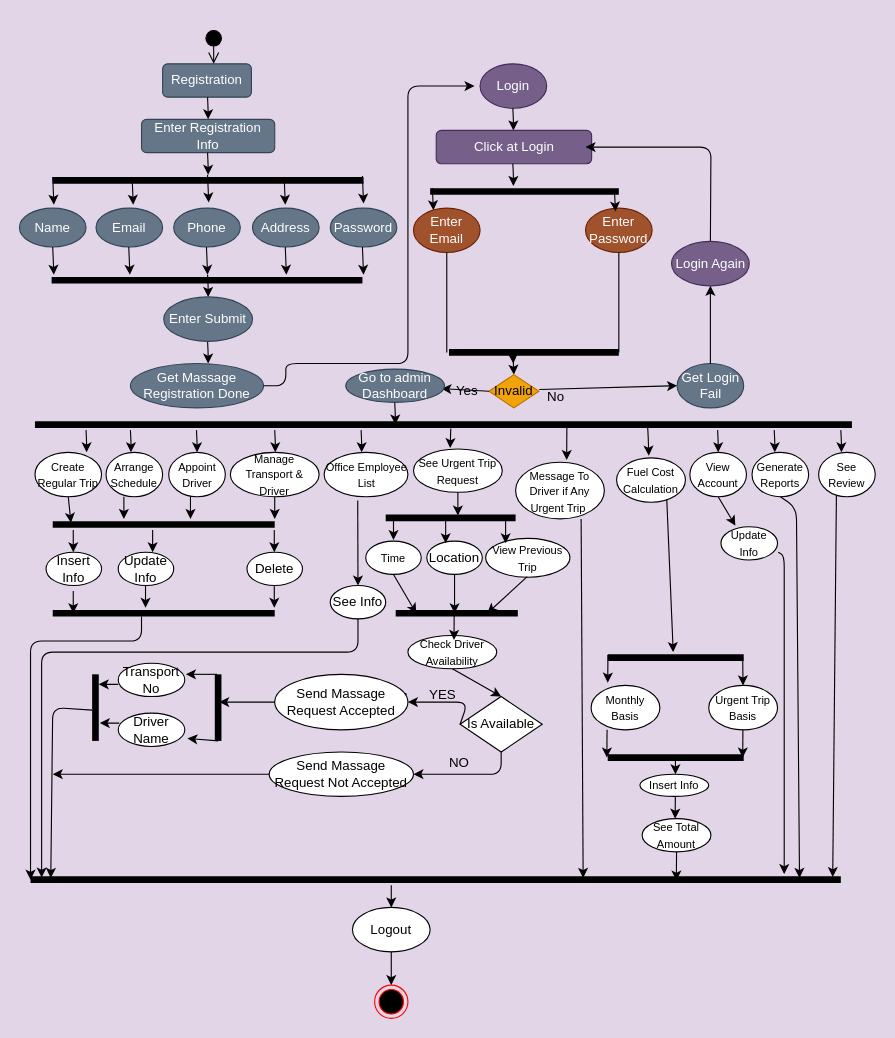
SHIMAISRAFIL/Transport-Schedule keeps this draw.io diagram as database/Activity Diagram Admin.drawio. Above is the earlier version. Source tidied: cells renumbered, new cells numbered last; positions are measured from the earlier drawing's top-left corner, leaving out a move shared by most shapes. Both pictures are drawn from the tidied source at 111%, with x=0, y=0 at pixel (19, 29).
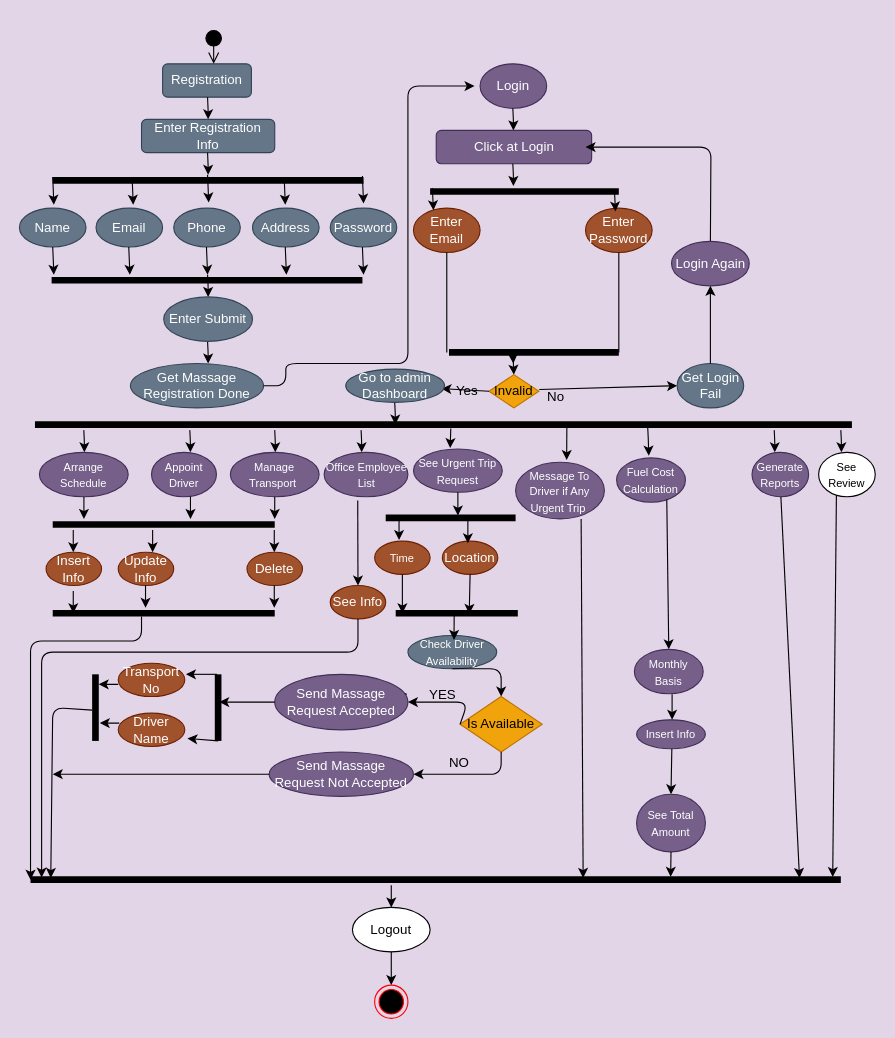
The same diagram, later.

The change refers to these unchanged cells:
```xml
<mxCell id="2" style="shape=line;html=1;strokeWidth=6;" parent="1" vertex="1">
  <mxGeometry x="330" y="435" width="117" height="10" as="geometry" />
</mxCell>
<mxCell id="25" style="shape=line;html=1;strokeWidth=6;" parent="1" vertex="1">
  <mxGeometry x="30" y="441" width="200" height="10" as="geometry" />
</mxCell>
<mxCell id="84" style="shape=line;html=1;strokeWidth=6;" parent="1" vertex="1">
  <mxGeometry x="339" y="521" width="110" height="10" as="geometry" />
</mxCell>
<mxCell id="92" style="shape=line;html=1;strokeWidth=6;" parent="1" vertex="1">
  <mxGeometry x="10" y="761" width="730" height="10" as="geometry" />
</mxCell>
```

What changed in the source:
```diff
@@
     <mxCell id="4" style="endArrow=classic;html=1;" parent="1" edge="1">
-      <mxGeometry x="-334.5" y="220" as="geometry">
-        <mxPoint x="100" y="361" as="sourcePoint" />
-        <mxPoint x="100.5" y="381" as="targetPoint" />
+      <mxGeometry x="-376.5" y="220" as="geometry">
+        <mxPoint x="58" y="361" as="sourcePoint" />
+        <mxPoint x="58.5" y="381" as="targetPoint" />
         <Array as="points">
-          <mxPoint x="100.5" y="371" />
+          <mxPoint x="58.5" y="371" />
         </Array>
       </mxGeometry>
     </mxCell>
     <mxCell id="5" style="endArrow=classic;html=1;" parent="1" edge="1">
-      <mxGeometry x="-275" y="220" as="geometry">
-        <mxPoint x="159.5" y="361" as="sourcePoint" />
-        <mxPoint x="160" y="381" as="targetPoint" />
+      <mxGeometry x="-281" y="220" as="geometry">
+        <mxPoint x="153.5" y="361" as="sourcePoint" />
+        <mxPoint x="154" y="381" as="targetPoint" />
         <Array as="points">
-          <mxPoint x="160" y="371" />
+          <mxPoint x="154" y="371" />
         </Array>
       </mxGeometry>
     </mxCell>
@@
-    <mxCell id="10" style="endArrow=classic;html=1;" parent="1" edge="1">
-      <mxGeometry x="194.5" y="220" as="geometry">
-        <mxPoint x="629" y="361" as="sourcePoint" />
-        <mxPoint x="629.5" y="381" as="targetPoint" />
-        <Array as="points">
-          <mxPoint x="629.5" y="371" />
-        </Array>
-      </mxGeometry>
-    </mxCell>
@@
-    <mxCell id="13" value="&lt;font style=&quot;font-size: 10px&quot;&gt;Create Regular Trip&lt;/font&gt;" style="ellipse;whiteSpace=wrap;html=1;strokeColor=#000000;" parent="1" vertex="1">
-      <mxGeometry x="14" y="381" width="60" height="40" as="geometry" />
-    </mxCell>
-    <mxCell id="14" value="&lt;font style=&quot;font-size: 10px&quot;&gt;Arrange Schedule&lt;/font&gt;" style="ellipse;whiteSpace=wrap;html=1;strokeColor=#000000;" parent="1" vertex="1">
-      <mxGeometry x="78" y="381" width="51" height="40" as="geometry" />
+    <mxCell id="14" value="&lt;font style=&quot;font-size: 10px&quot;&gt;Arrange Schedule&lt;/font&gt;" style="ellipse;whiteSpace=wrap;html=1;strokeColor=#432D57;direction=west;fillColor=#76608a;fontColor=#ffffff;" parent="1" vertex="1">
+      <mxGeometry x="18" y="381" width="80" height="40" as="geometry" />
     </mxCell>
-    <mxCell id="15" value="&lt;font style=&quot;font-size: 10px&quot;&gt;Appoint Driver&lt;/font&gt;" style="ellipse;whiteSpace=wrap;html=1;strokeColor=#000000;" parent="1" vertex="1">
-      <mxGeometry x="134.5" y="381" width="51" height="40" as="geometry" />
+    <mxCell id="15" value="&lt;font style=&quot;font-size: 10px&quot;&gt;Appoint Driver&lt;/font&gt;" style="ellipse;whiteSpace=wrap;html=1;strokeColor=#432D57;fillColor=#76608a;fontColor=#ffffff;" parent="1" vertex="1">
+      <mxGeometry x="119" y="381" width="58.5" height="40" as="geometry" />
     </mxCell>
-    <mxCell id="16" value="&lt;font style=&quot;font-size: 10px&quot;&gt;Manage Transport &amp;amp; Driver&lt;/font&gt;" style="ellipse;whiteSpace=wrap;html=1;strokeColor=#000000;" parent="1" vertex="1">
+    <mxCell id="16" value="&lt;font style=&quot;font-size: 10px&quot;&gt;Manage Transport&amp;nbsp;&lt;/font&gt;" style="ellipse;whiteSpace=wrap;html=1;strokeColor=#432D57;fillColor=#76608a;fontColor=#ffffff;" parent="1" vertex="1">
       <mxGeometry x="190" y="381" width="80" height="40" as="geometry" />
     </mxCell>
-    <mxCell id="17" value="&lt;font style=&quot;font-size: 10px&quot;&gt;Office Employee List&lt;/font&gt;" style="ellipse;whiteSpace=wrap;html=1;strokeColor=#000000;" parent="1" vertex="1">
+    <mxCell id="17" value="&lt;font style=&quot;font-size: 10px&quot;&gt;Office Employee List&lt;/font&gt;" style="ellipse;whiteSpace=wrap;html=1;strokeColor=#432D57;fillColor=#76608a;fontColor=#ffffff;" parent="1" vertex="1">
       <mxGeometry x="274.5" y="381" width="75.5" height="40" as="geometry" />
     </mxCell>
-    <mxCell id="18" value="&lt;font style=&quot;font-size: 10px&quot;&gt;See Urgent Trip Request&lt;/font&gt;" style="ellipse;whiteSpace=wrap;html=1;strokeColor=#000000;" parent="1" vertex="1">
+    <mxCell id="18" value="&lt;font style=&quot;font-size: 10px&quot;&gt;See Urgent Trip Request&lt;/font&gt;" style="ellipse;whiteSpace=wrap;html=1;strokeColor=#432D57;fillColor=#76608a;fontColor=#ffffff;" parent="1" vertex="1">
       <mxGeometry x="355" y="378" width="80" height="39" as="geometry" />
     </mxCell>
-    <mxCell id="19" value="&lt;font style=&quot;font-size: 10px&quot;&gt;Fuel Cost Calculation&lt;/font&gt;" style="ellipse;whiteSpace=wrap;html=1;strokeColor=#000000;" parent="1" vertex="1">
+    <mxCell id="19" value="&lt;font style=&quot;font-size: 10px&quot;&gt;Fuel Cost Calculation&lt;/font&gt;" style="ellipse;whiteSpace=wrap;html=1;strokeColor=#432D57;fillColor=#76608a;fontColor=#ffffff;" parent="1" vertex="1">
       <mxGeometry x="538" y="386" width="62" height="40" as="geometry" />
     </mxCell>
-    <mxCell id="20" value="&lt;font style=&quot;font-size: 10px&quot;&gt;View Account&lt;/font&gt;" style="ellipse;whiteSpace=wrap;html=1;strokeColor=#000000;" parent="1" vertex="1">
-      <mxGeometry x="604" y="381" width="51" height="40" as="geometry" />
-    </mxCell>
-    <mxCell id="21" value="&lt;font style=&quot;font-size: 10px&quot;&gt;Generate Reports&lt;/font&gt;" style="ellipse;whiteSpace=wrap;html=1;strokeColor=#000000;" parent="1" vertex="1">
+    <mxCell id="21" value="&lt;font style=&quot;font-size: 10px&quot;&gt;Generate Reports&lt;/font&gt;" style="ellipse;whiteSpace=wrap;html=1;strokeColor=#432D57;fillColor=#76608a;fontColor=#ffffff;" parent="1" vertex="1">
       <mxGeometry x="660" y="381" width="51" height="40" as="geometry" />
     </mxCell>
@@
-    <mxCell id="24" style="endArrow=classic;html=1;strokeColor=#000000;exitX=0.5;exitY=1;exitDx=0;exitDy=0;entryX=0.082;entryY=0.34;entryDx=0;entryDy=0;entryPerimeter=0;" parent="1" edge="1" source="13" target="25">
-      <mxGeometry relative="1" as="geometry" />
-    </mxCell>
@@
     <mxCell id="26" style="endArrow=classic;html=1;strokeColor=#000000;exitX=0.5;exitY=1;exitDx=0;exitDy=0;" parent="1" edge="1">
       <mxGeometry relative="1" as="geometry">
-        <mxPoint x="94.1" y="421" as="sourcePoint" />
-        <mxPoint x="94.1" y="441" as="targetPoint" />
+        <mxPoint x="58.1" y="421" as="sourcePoint" />
+        <mxPoint x="58.1" y="441" as="targetPoint" />
       </mxGeometry>
     </mxCell>
@@
-    <mxCell id="30" value="Insert Info" style="ellipse;whiteSpace=wrap;html=1;strokeColor=#000000;" parent="1" vertex="1">
+    <mxCell id="30" value="Insert Info" style="ellipse;whiteSpace=wrap;html=1;strokeColor=#6D1F00;fillColor=#a0522d;fontColor=#ffffff;" parent="1" vertex="1">
       <mxGeometry x="24" y="471" width="50" height="30" as="geometry" />
     </mxCell>
@@
-    <mxCell id="33" value="Update Info" style="ellipse;whiteSpace=wrap;html=1;strokeColor=#000000;" parent="1" vertex="1">
+    <mxCell id="33" value="Update Info" style="ellipse;whiteSpace=wrap;html=1;strokeColor=#6D1F00;fillColor=#a0522d;fontColor=#ffffff;" parent="1" vertex="1">
       <mxGeometry x="89" y="471" width="50" height="30" as="geometry" />
     </mxCell>
-    <mxCell id="34" value="Delete" style="ellipse;whiteSpace=wrap;html=1;strokeColor=#000000;" parent="1" vertex="1">
+    <mxCell id="34" value="Delete" style="ellipse;whiteSpace=wrap;html=1;strokeColor=#6D1F00;fillColor=#a0522d;fontColor=#ffffff;" parent="1" vertex="1">
       <mxGeometry x="205" y="471" width="50" height="30" as="geometry" />
     </mxCell>
@@
-    <mxCell id="41" value="See Info" style="ellipse;whiteSpace=wrap;html=1;strokeColor=#000000;" parent="1" vertex="1">
+    <mxCell id="41" value="See Info" style="ellipse;whiteSpace=wrap;html=1;strokeColor=#6D1F00;fillColor=#a0522d;fontColor=#ffffff;" parent="1" vertex="1">
       <mxGeometry x="280" y="501" width="50" height="30" as="geometry" />
     </mxCell>
@@
-    <mxCell id="43" value="&lt;font style=&quot;font-size: 10px&quot;&gt;Time&lt;/font&gt;" style="ellipse;whiteSpace=wrap;html=1;strokeColor=#000000;" parent="1" vertex="1">
-      <mxGeometry x="312" y="461" width="50" height="30" as="geometry" />
+    <mxCell id="43" value="&lt;font style=&quot;font-size: 10px&quot;&gt;Time&lt;/font&gt;" style="ellipse;whiteSpace=wrap;html=1;strokeColor=#6D1F00;fillColor=#a0522d;fontColor=#ffffff;" parent="1" vertex="1">
+      <mxGeometry x="320" y="461" width="50" height="30" as="geometry" />
     </mxCell>
-    <mxCell id="44" value="&lt;font style=&quot;font-size: 10px&quot;&gt;View Previous Trip&lt;/font&gt;" style="ellipse;whiteSpace=wrap;html=1;strokeColor=#000000;" parent="1" vertex="1">
-      <mxGeometry x="420" y="458.5" width="76" height="35" as="geometry" />
-    </mxCell>
-    <mxCell id="45" value="&lt;font style=&quot;font-size: 10px&quot;&gt;Check Driver Availability&lt;/font&gt;" style="ellipse;whiteSpace=wrap;html=1;strokeColor=#000000;" parent="1" vertex="1">
+    <mxCell id="45" value="&lt;font style=&quot;font-size: 10px&quot;&gt;Check Driver Availability&lt;/font&gt;" style="ellipse;whiteSpace=wrap;html=1;strokeColor=#314354;fillColor=#647687;fontColor=#ffffff;" parent="1" vertex="1">
       <mxGeometry x="350" y="546" width="80" height="30" as="geometry" />
     </mxCell>
     <mxCell id="46" style="endArrow=classic;html=1;strokeColor=#000000;exitX=0.5;exitY=1;exitDx=0;exitDy=0;entryX=0.5;entryY=0;entryDx=0;entryDy=0;" parent="1" edge="1" source="45" target="47">
-      <mxGeometry relative="1" as="geometry" />
+      <mxGeometry relative="1" as="geometry">
+        <Array as="points">
+          <mxPoint x="434" y="576" />
+        </Array>
+      </mxGeometry>
     </mxCell>
-    <mxCell id="47" value="Is Available" style="rhombus;whiteSpace=wrap;html=1;strokeColor=#000000;" parent="1" vertex="1">
+    <mxCell id="47" value="Is Available" style="rhombus;whiteSpace=wrap;html=1;strokeColor=#BD7000;fillColor=#f0a30a;fontColor=#000000;" parent="1" vertex="1">
       <mxGeometry x="397" y="601" width="74" height="50" as="geometry" />
     </mxCell>
@@
-    <mxCell id="52" value="Send Massage Request Accepted" style="ellipse;whiteSpace=wrap;html=1;strokeColor=#000000;" parent="1" vertex="1">
+    <mxCell id="52" value="Send Massage Request Accepted" style="ellipse;whiteSpace=wrap;html=1;strokeColor=#432D57;fillColor=#76608a;fontColor=#ffffff;" parent="1" vertex="1">
       <mxGeometry x="230" y="581" width="120" height="50" as="geometry" />
     </mxCell>
-    <mxCell id="53" value="Send Massage Request Not Accepted" style="ellipse;whiteSpace=wrap;html=1;strokeColor=#000000;" parent="1" vertex="1">
+    <mxCell id="53" value="Send Massage Request Not Accepted" style="ellipse;whiteSpace=wrap;html=1;strokeColor=#432D57;fillColor=#76608a;fontColor=#ffffff;" parent="1" vertex="1">
       <mxGeometry x="225" y="651" width="130" height="40" as="geometry" />
     </mxCell>
-    <mxCell id="54" value="Transport No" style="ellipse;whiteSpace=wrap;html=1;strokeColor=#000000;" parent="1" vertex="1">
+    <mxCell id="54" value="Transport No" style="ellipse;whiteSpace=wrap;html=1;strokeColor=#6D1F00;fillColor=#a0522d;fontColor=#ffffff;" parent="1" vertex="1">
       <mxGeometry x="89" y="571" width="60" height="30" as="geometry" />
     </mxCell>
-    <mxCell id="55" value="Driver Name" style="ellipse;whiteSpace=wrap;html=1;strokeColor=#000000;" parent="1" vertex="1">
+    <mxCell id="55" value="Driver Name" style="ellipse;whiteSpace=wrap;html=1;strokeColor=#6D1F00;fillColor=#a0522d;fontColor=#ffffff;" parent="1" vertex="1">
       <mxGeometry x="89" y="616" width="60" height="30" as="geometry" />
     </mxCell>
@@
-    <mxCell id="59" style="endArrow=classic;html=1;strokeColor=#000000;exitX=0.5;exitY=1;exitDx=0;exitDy=0;" parent="1" edge="1" source="20">
-      <mxGeometry relative="1" as="geometry">
-        <mxPoint x="645" y="447" as="targetPoint" />
-      </mxGeometry>
-    </mxCell>
-    <mxCell id="60" value="&lt;font style=&quot;font-size: 10px&quot;&gt;Update Info&lt;/font&gt;" style="ellipse;whiteSpace=wrap;html=1;strokeColor=#000000;" parent="1" vertex="1">
-      <mxGeometry x="632" y="448" width="51" height="30" as="geometry" />
-    </mxCell>
-    <mxCell id="61" style="endArrow=classic;html=1;strokeColor=#000000;exitX=0.729;exitY=0.94;exitDx=0;exitDy=0;exitPerimeter=0;" parent="1" edge="1" source="19">
-      <mxGeometry relative="1" as="geometry">
-        <mxPoint x="589" y="561" as="targetPoint" />
-      </mxGeometry>
+    <mxCell id="61" style="endArrow=classic;html=1;strokeColor=#000000;exitX=0.729;exitY=0.94;exitDx=0;exitDy=0;exitPerimeter=0;entryX=0.5;entryY=0;entryDx=0;entryDy=0;" parent="1" edge="1" source="19" target="65">
+      <mxGeometry relative="1" as="geometry" />
     </mxCell>
-    <mxCell id="62" style="shape=line;html=1;strokeWidth=6;" parent="1" vertex="1">
-      <mxGeometry x="530" y="561" width="122.5" height="10" as="geometry" />
-    </mxCell>
-    <mxCell id="63" style="endArrow=classic;html=1;strokeColor=#000000;" parent="1" edge="1">
-      <mxGeometry relative="1" as="geometry">
-        <mxPoint x="530.2" y="563.5" as="sourcePoint" />
-        <mxPoint x="530" y="588.5" as="targetPoint" />
-      </mxGeometry>
-    </mxCell>
-    <mxCell id="64" style="endArrow=classic;html=1;strokeColor=#000000;" parent="1" edge="1">
-      <mxGeometry relative="1" as="geometry">
-        <mxPoint x="651.6" y="566" as="sourcePoint" />
-        <mxPoint x="651.9" y="591" as="targetPoint" />
-      </mxGeometry>
-    </mxCell>
-    <mxCell id="65" value="&lt;font style=&quot;font-size: 10px&quot;&gt;Monthly Basis&lt;/font&gt;" style="ellipse;whiteSpace=wrap;html=1;strokeColor=#000000;" parent="1" vertex="1">
-      <mxGeometry x="515" y="591" width="62" height="40" as="geometry" />
+    <mxCell id="65" value="&lt;font style=&quot;font-size: 10px&quot;&gt;Monthly Basis&lt;/font&gt;" style="ellipse;whiteSpace=wrap;html=1;strokeColor=#432D57;fillColor=#76608a;fontColor=#ffffff;" parent="1" vertex="1">
+      <mxGeometry x="554" y="558.5" width="62" height="40" as="geometry" />
     </mxCell>
-    <mxCell id="66" value="&lt;font style=&quot;font-size: 10px&quot;&gt;Urgent Trip Basis&lt;/font&gt;" style="ellipse;whiteSpace=wrap;html=1;strokeColor=#000000;" parent="1" vertex="1">
-      <mxGeometry x="621" y="591" width="62" height="40" as="geometry" />
-    </mxCell>
-    <mxCell id="67" style="endArrow=classic;html=1;strokeColor=#000000;" parent="1" edge="1">
-      <mxGeometry relative="1" as="geometry">
-        <mxPoint x="529.4" y="631" as="sourcePoint" />
-        <mxPoint x="529.2" y="656" as="targetPoint" />
-      </mxGeometry>
-    </mxCell>
-    <mxCell id="68" style="endArrow=classic;html=1;strokeColor=#000000;" parent="1" edge="1">
-      <mxGeometry relative="1" as="geometry">
-        <mxPoint x="651.8" y="631" as="sourcePoint" />
-        <mxPoint x="651.6" y="656" as="targetPoint" />
-      </mxGeometry>
-    </mxCell>
-    <mxCell id="69" style="shape=line;html=1;strokeWidth=6;" parent="1" vertex="1">
-      <mxGeometry x="530" y="651" width="122.5" height="10" as="geometry" />
-    </mxCell>
-    <mxCell id="70" style="endArrow=classic;html=1;strokeColor=#000000;" parent="1" edge="1">
+    <mxCell id="70" style="endArrow=classic;html=1;strokeColor=#000000;exitX=0.5;exitY=1;exitDx=0;exitDy=0;entryX=0.5;entryY=0;entryDx=0;entryDy=0;" parent="1" edge="1" target="73">
       <mxGeometry relative="1" as="geometry">
-        <mxPoint x="591" y="654" as="sourcePoint" />
-        <mxPoint x="591" y="671" as="targetPoint" />
+        <mxPoint x="588" y="635" as="sourcePoint" />
       </mxGeometry>
     </mxCell>
-    <mxCell id="71" value="&lt;font style=&quot;font-size: 10px&quot;&gt;Insert Info&lt;/font&gt;" style="ellipse;whiteSpace=wrap;html=1;strokeColor=#000000;" parent="1" vertex="1">
-      <mxGeometry x="559" y="671" width="62" height="20" as="geometry" />
-    </mxCell>
-    <mxCell id="72" style="endArrow=classic;html=1;strokeColor=#000000;" parent="1" edge="1">
-      <mxGeometry relative="1" as="geometry">
-        <mxPoint x="590.9" y="691" as="sourcePoint" />
-        <mxPoint x="590.8" y="711" as="targetPoint" />
-      </mxGeometry>
-    </mxCell>
-    <mxCell id="73" value="&lt;font style=&quot;font-size: 10px&quot;&gt;See Total Amount&lt;/font&gt;" style="ellipse;whiteSpace=wrap;html=1;strokeColor=#000000;" parent="1" vertex="1">
-      <mxGeometry x="561" y="711" width="62" height="30" as="geometry" />
+    <mxCell id="73" value="&lt;font style=&quot;font-size: 10px&quot;&gt;See Total Amount&lt;/font&gt;" style="ellipse;whiteSpace=wrap;html=1;strokeColor=#432D57;fillColor=#76608a;fontColor=#ffffff;" parent="1" vertex="1">
+      <mxGeometry x="556" y="689" width="62" height="52" as="geometry" />
     </mxCell>
-    <mxCell id="74" style="endArrow=classic;html=1;strokeColor=#000000;exitX=0.5;exitY=1;exitDx=0;exitDy=0;entryX=0.797;entryY=0.58;entryDx=0;entryDy=0;entryPerimeter=0;" parent="1" edge="1" source="73" target="92">
+    <mxCell id="74" style="endArrow=classic;html=1;strokeColor=#000000;entryX=0.79;entryY=0.24;entryDx=0;entryDy=0;entryPerimeter=0;" parent="1" edge="1" source="73" target="92">
       <mxGeometry relative="1" as="geometry" />
     </mxCell>
-    <mxCell id="75" style="endArrow=classic;html=1;strokeColor=#000000;exitX=1.012;exitY=0.767;exitDx=0;exitDy=0;exitPerimeter=0;" parent="1" edge="1" source="60">
-      <mxGeometry relative="1" as="geometry">
-        <mxPoint x="689" y="761" as="targetPoint" />
-        <Array as="points">
-          <mxPoint x="689" y="474" />
-        </Array>
-      </mxGeometry>
-    </mxCell>
-    <mxCell id="76" style="endArrow=classic;html=1;strokeColor=#000000;exitX=0.5;exitY=1;exitDx=0;exitDy=0;entryX=0.949;entryY=0.34;entryDx=0;entryDy=0;entryPerimeter=0;" parent="1" edge="1" source="21" target="92">
+    <mxCell id="76" style="endArrow=classic;html=1;strokeColor=#000000;entryX=0.949;entryY=0.34;entryDx=0;entryDy=0;entryPerimeter=0;" parent="1" edge="1" target="92">
       <mxGeometry relative="1" as="geometry">
-        <Array as="points">
-          <mxPoint x="700" y="431" />
-        </Array>
+        <mxPoint x="686" y="421" as="sourcePoint" />
       </mxGeometry>
     </mxCell>
@@
-    <mxCell id="79" value="Location" style="ellipse;whiteSpace=wrap;html=1;strokeColor=#000000;" parent="1" vertex="1">
-      <mxGeometry x="367" y="461" width="50" height="30" as="geometry" />
+    <mxCell id="79" value="Location" style="ellipse;whiteSpace=wrap;html=1;strokeColor=#6D1F00;fillColor=#a0522d;fontColor=#ffffff;" parent="1" vertex="1">
+      <mxGeometry x="381" y="461" width="50" height="30" as="geometry" />
     </mxCell>
-    <mxCell id="80" style="endArrow=classic;html=1;strokeColor=#000000;exitX=0.06;exitY=0.42;exitDx=0;exitDy=0;exitPerimeter=0;" parent="1" edge="1" source="2">
+    <mxCell id="80" style="endArrow=classic;html=1;strokeColor=#000000;exitX=0.06;exitY=0.42;exitDx=0;exitDy=0;exitPerimeter=0;" parent="1" edge="1">
       <mxGeometry relative="1" as="geometry">
-        <mxPoint x="337" y="460" as="targetPoint" />
+        <mxPoint x="342" y="439.2" as="sourcePoint" />
+        <mxPoint x="342" y="460" as="targetPoint" />
       </mxGeometry>
     </mxCell>
-    <mxCell id="81" style="endArrow=classic;html=1;strokeColor=#000000;entryX=0.75;entryY=0.5;entryDx=0;entryDy=0;entryPerimeter=0;" parent="1" edge="1" target="84">
-      <mxGeometry relative="1" as="geometry">
-        <mxPoint x="457.5" y="493" as="sourcePoint" />
-      </mxGeometry>
-    </mxCell>
-    <mxCell id="82" style="endArrow=classic;html=1;strokeColor=#000000;exitX=0.5;exitY=1;exitDx=0;exitDy=0;" parent="1" edge="1" source="79">
-      <mxGeometry relative="1" as="geometry">
-        <mxPoint x="392" y="526" as="targetPoint" />
-      </mxGeometry>
+    <mxCell id="82" style="endArrow=classic;html=1;strokeColor=#000000;exitX=0.5;exitY=1;exitDx=0;exitDy=0;entryX=0.602;entryY=0.56;entryDx=0;entryDy=0;entryPerimeter=0;" parent="1" edge="1" source="79" target="84">
+      <mxGeometry relative="1" as="geometry" />
     </mxCell>
     <mxCell id="83" style="endArrow=classic;html=1;strokeColor=#000000;exitX=0.5;exitY=1;exitDx=0;exitDy=0;" parent="1" edge="1" source="43">
       <mxGeometry relative="1" as="geometry">
-        <mxPoint x="357.5" y="526" as="targetPoint" />
+        <mxPoint x="345" y="526" as="targetPoint" />
       </mxGeometry>
     </mxCell>
@@
-    <mxCell id="97" style="endArrow=classic;html=1;" parent="1" edge="1">
-      <mxGeometry x="-374.5" y="220" as="geometry">
-        <mxPoint x="60" y="361" as="sourcePoint" />
-        <mxPoint x="60.5" y="381" as="targetPoint" />
-        <Array as="points">
-          <mxPoint x="60.5" y="371" />
-        </Array>
-      </mxGeometry>
-    </mxCell>
@@
     <mxCell id="150" style="endArrow=classic;html=1;strokeColor=#000000;exitX=0.5;exitY=1;exitDx=0;exitDy=0;" parent="1" edge="1">
       <mxGeometry relative="1" as="geometry">
-        <mxPoint x="384" y="441" as="sourcePoint" />
-        <mxPoint x="384" y="463" as="targetPoint" />
+        <mxPoint x="404" y="441" as="sourcePoint" />
+        <mxPoint x="404" y="463" as="targetPoint" />
       </mxGeometry>
     </mxCell>
-    <mxCell id="151" style="endArrow=classic;html=1;strokeColor=#000000;entryX=0.5;entryY=0;entryDx=0;entryDy=0;" parent="1" edge="1">
-      <mxGeometry relative="1" as="geometry">
-        <mxPoint x="438" y="438" as="sourcePoint" />
-        <mxPoint x="438" y="463" as="targetPoint" />
-      </mxGeometry>
-    </mxCell>
@@
-    <mxCell id="154" value="&lt;font style=&quot;font-size: 10px&quot;&gt;Message To Driver if Any Urgent Trip&amp;nbsp;&lt;/font&gt;" style="ellipse;whiteSpace=wrap;html=1;strokeColor=#000000;" parent="1" vertex="1">
+    <mxCell id="154" value="&lt;font style=&quot;font-size: 10px&quot;&gt;Message To Driver if Any Urgent Trip&amp;nbsp;&lt;/font&gt;" style="ellipse;whiteSpace=wrap;html=1;strokeColor=#432D57;fillColor=#76608a;fontColor=#ffffff;" parent="1" vertex="1">
       <mxGeometry x="447" y="390" width="80" height="51" as="geometry" />
     </mxCell>
@@
+    <mxCell id="71" value="&lt;font style=&quot;font-size: 10px&quot;&gt;Insert Info&lt;/font&gt;" style="ellipse;whiteSpace=wrap;html=1;strokeColor=#432D57;fillColor=#76608a;fontColor=#ffffff;" parent="1" vertex="1">
+      <mxGeometry x="556" y="622" width="62" height="26" as="geometry" />
+    </mxCell>
+    <mxCell id="156" style="endArrow=classic;html=1;sourcePerimeterSpacing=8;targetPerimeterSpacing=8;" parent="1" edge="1">
+      <mxGeometry relative="1" as="geometry">
+        <mxPoint x="588" y="599" as="sourcePoint" />
+        <mxPoint x="588" y="622" as="targetPoint" />
+      </mxGeometry>
+    </mxCell>
```
